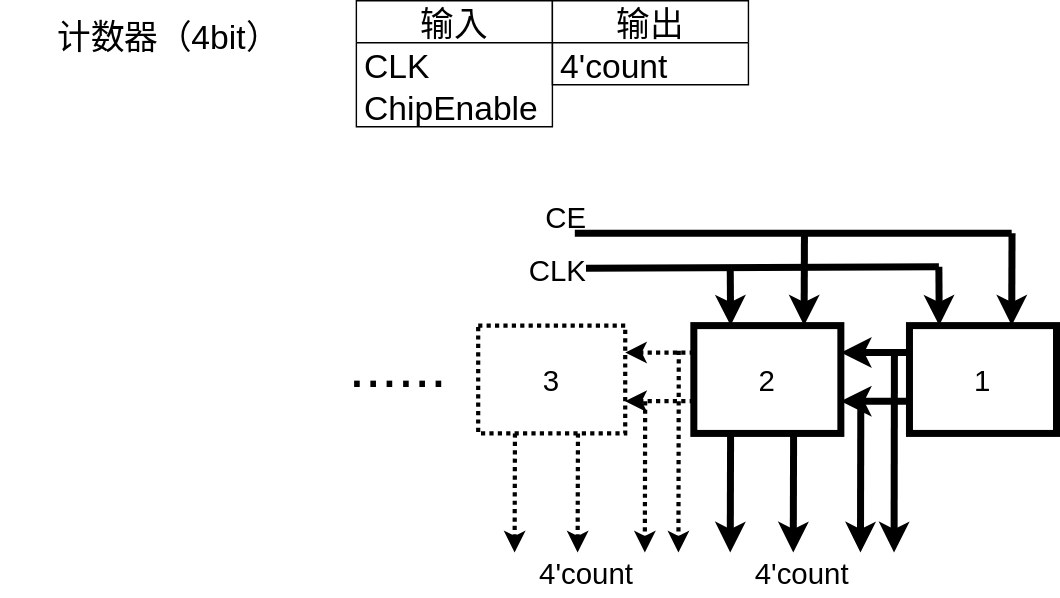
Above: humanmachine/Untitled Diagram.drawio.svg in Raspberry-NQ/human-8bit-CPU (draw.io), before the change. Source tidied: cells renumbered, new cells last; positions are measured from the earlier drawing's top-left corner, leaving out a move shared by most shapes.
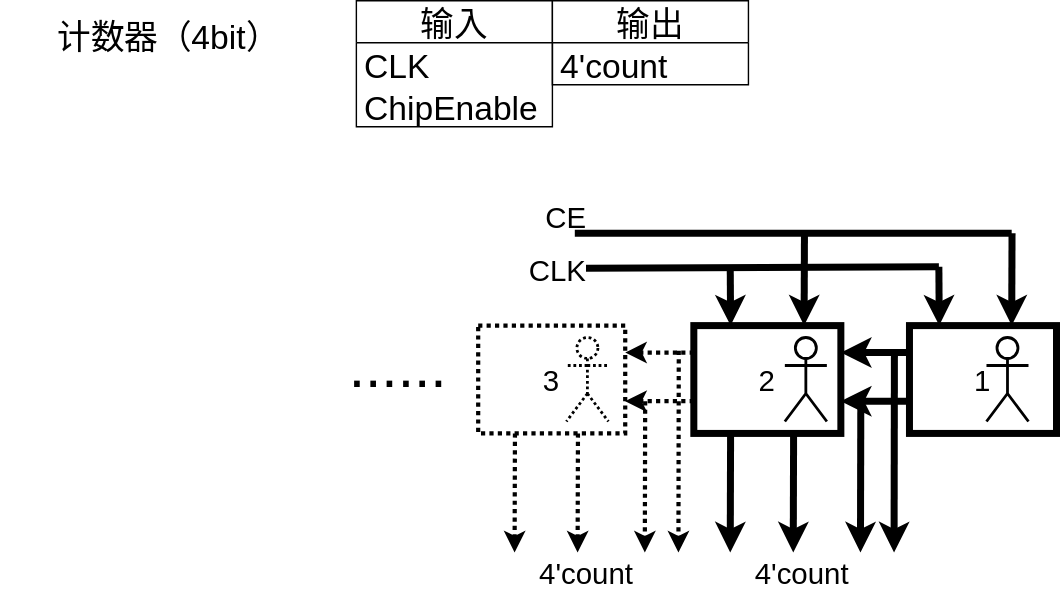
The same diagram one commit later.

The edit, as a diff of the source:
```diff
@@ -144,5 +144,14 @@
     <mxCell id="33" value="&lt;font style=&quot;font-size: 42px&quot;&gt;......&lt;/font&gt;" style="text;html=1;strokeColor=none;fillColor=none;align=center;verticalAlign=middle;whiteSpace=wrap;rounded=0;dashed=1;dashPattern=1 1;fontSize=21;" parent="1" vertex="1">
       <mxGeometry x="254" y="224" width="60" height="76.5" as="geometry" />
     </mxCell>
+    <mxCell id="34" style="shape=umlActor;verticalLabelPosition=bottom;verticalAlign=top;html=1;fontSize=24;strokeWidth=2;" parent="1" vertex="1">
+      <mxGeometry x="560" y="240.5" width="30" height="60" as="geometry" />
+    </mxCell>
+    <mxCell id="35" style="shape=umlActor;verticalLabelPosition=bottom;verticalAlign=top;html=1;fontSize=24;strokeWidth=2;" parent="1" vertex="1">
+      <mxGeometry x="704" y="240.5" width="30" height="60" as="geometry" />
+    </mxCell>
+    <mxCell id="36" style="shape=umlActor;verticalLabelPosition=bottom;verticalAlign=top;html=1;fontSize=24;strokeWidth=2;dashed=1;dashPattern=1 1;" parent="1" vertex="1">
+      <mxGeometry x="404" y="240.5" width="30" height="60" as="geometry" />
+    </mxCell>
   </root>
 </mxGraphModel>
```
